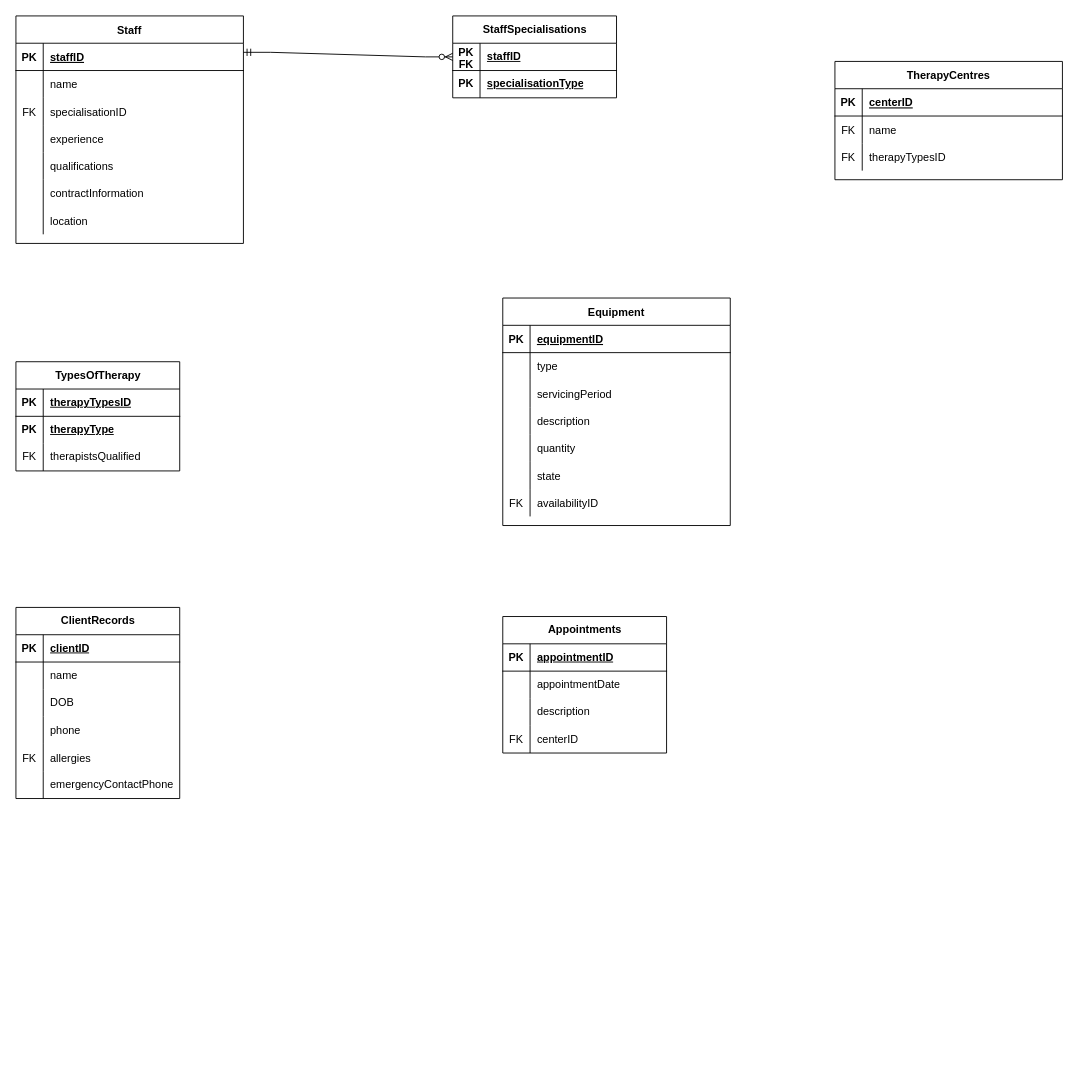
Earlier version of the draw.io diagram Assignment3A.drawio (GreenFella/databaseclass). Source tidied: cells renumbered, new cells numbered last; positions are measured from the earlier drawing's top-left corner, leaving out a move shared by most shapes. Both pictures are drawn from the tidied source at 91%, with x=0, y=0 at pixel (15, 15).
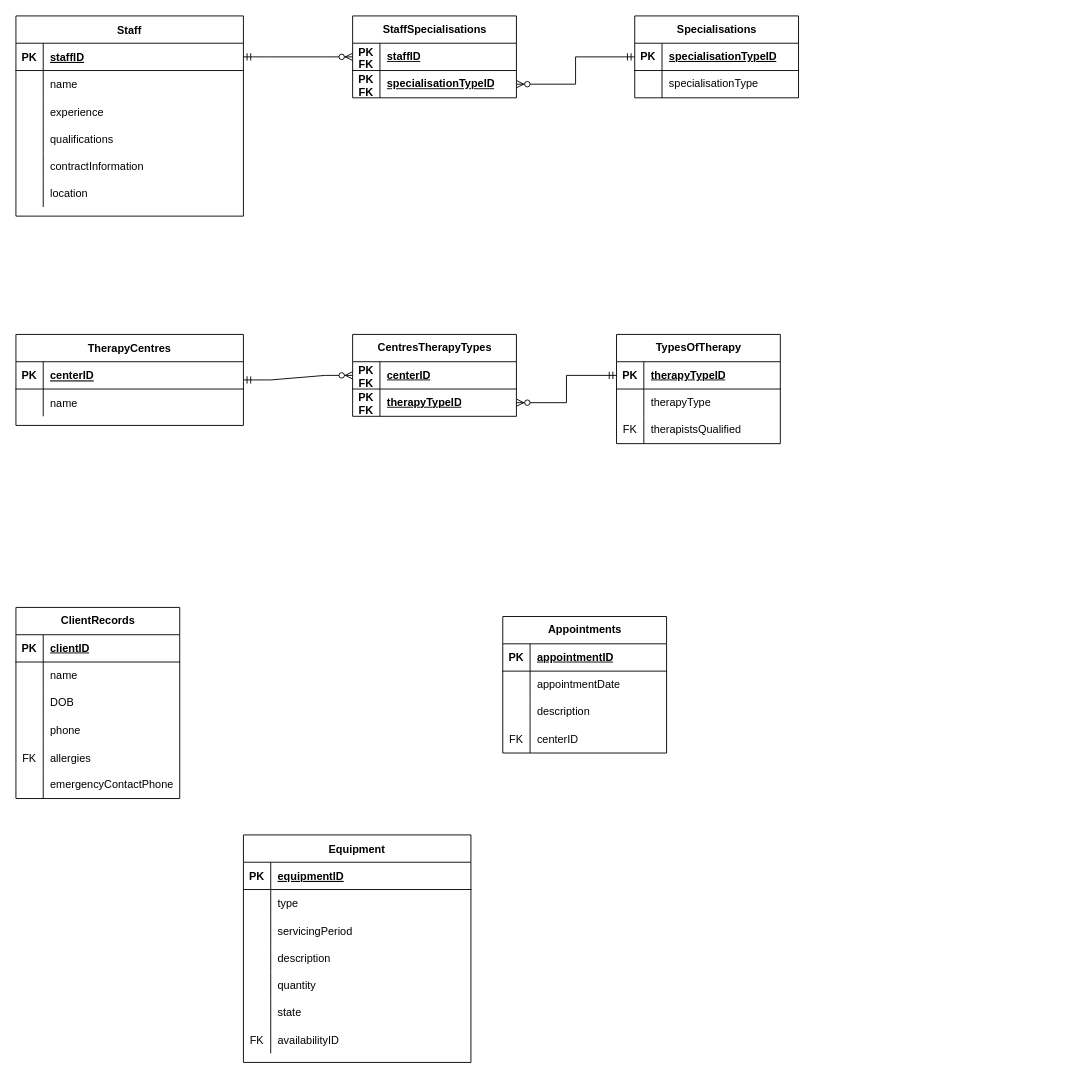
After the change.

Unchanged cells that the change refers to:
```xml
<mxCell id="6" style="shape=partialRectangle;fillColor=none;top=0;left=0;right=0;bottom=0;" parent="2" vertex="1">
  <mxGeometry y="60" width="250" height="30" as="geometry" />
</mxCell>
<mxCell id="35" style="shape=partialRectangle;fillColor=none;points=[[0,0.5],[1,0.5]];portConstraint=eastwest;top=0;left=0;right=0;bottom=1;" parent="34" vertex="1">
  <mxGeometry y="30" width="250" height="30" as="geometry" />
</mxCell>
<mxCell id="57" style="shape=tableRow;horizontal=0;startSize=0;swimlaneHead=0;swimlaneBody=0;fillColor=none;points=[[0,0.5],[1,0.5]];portConstraint=eastwest;top=0;left=0;right=0;bottom=1;" parent="56" vertex="1">
  <mxGeometry y="30" width="180" height="30" as="geometry" />
</mxCell>
<mxCell id="60" style="shape=tableRow;horizontal=0;startSize=0;swimlaneHead=0;swimlaneBody=0;fillColor=none;top=0;left=0;right=0;bottom=0;" parent="56" vertex="1">
  <mxGeometry y="60" width="180" height="30" as="geometry" />
</mxCell>
<mxCell id="99" style="shape=tableRow;horizontal=0;startSize=0;swimlaneHead=0;swimlaneBody=0;fillColor=none;points=[[0,0.5],[1,0.5]];portConstraint=eastwest;top=0;left=0;right=0;bottom=1;" parent="98" vertex="1">
  <mxGeometry y="30" width="180" height="30" as="geometry" />
</mxCell>
<mxCell id="102" style="shape=tableRow;horizontal=0;startSize=0;swimlaneHead=0;swimlaneBody=0;fillColor=none;points=[[0,0.5],[1,0.5]];portConstraint=eastwest;top=0;left=0;right=0;bottom=0;" parent="98" vertex="1">
  <mxGeometry y="60" width="180" height="30" as="geometry" />
</mxCell>
```

The edit, as a diff of the source:
```diff
@@
     <mxCell id="2" value="TherapyCentres" style="shape=table;startSize=30;childLayout=tableLayout;rowLines=0;fontStyle=1;align=center;" parent="1" vertex="1">
-      <mxGeometry x="900" y="50" width="250" height="130" as="geometry" />
+      <mxGeometry y="350" width="250" height="100" as="geometry" />
     </mxCell>
@@
-    <mxCell id="7" value="FK" style="shape=partialRectangle;overflow=hidden;fillColor=none;top=0;left=0;bottom=0;right=0;" parent="6" vertex="1">
+    <mxCell id="7" style="shape=partialRectangle;overflow=hidden;fillColor=none;top=0;left=0;bottom=0;right=0;" parent="6" vertex="1">
       <mxGeometry width="30" height="30" as="geometry" />
     </mxCell>
@@
-    <mxCell id="9" style="shape=partialRectangle;fillColor=none;top=0;left=0;right=0;bottom=0;" parent="2" vertex="1">
-      <mxGeometry y="90" width="250" height="30" as="geometry" />
-    </mxCell>
-    <mxCell id="10" value="FK" style="shape=partialRectangle;overflow=hidden;fillColor=none;top=0;left=0;bottom=0;right=0;" parent="9" vertex="1">
-      <mxGeometry width="30" height="30" as="geometry" />
-    </mxCell>
-    <mxCell id="11" value="therapyTypesID" style="shape=partialRectangle;overflow=hidden;fillColor=none;top=0;left=0;bottom=0;right=0;align=left;spacingLeft=6;" parent="9" vertex="1">
-      <mxGeometry x="30" width="220" height="30" as="geometry" />
-    </mxCell>
     <mxCell id="12" value="Equipment" style="shape=table;startSize=30;childLayout=tableLayout;rowLines=0;fontStyle=1;align=center;" parent="1" vertex="1">
-      <mxGeometry x="535" y="310" width="250" height="250" as="geometry" />
+      <mxGeometry x="250" y="900" width="250" height="250" as="geometry" />
     </mxCell>
@@
     <mxCell id="34" value="Staff" style="shape=table;startSize=30;childLayout=tableLayout;rowLines=0;fontStyle=1;align=center;" parent="1" vertex="1">
-      <mxGeometry width="250" height="250" as="geometry" />
+      <mxGeometry width="250" height="220" as="geometry" />
     </mxCell>
@@
-    <mxCell id="41" style="shape=tableRow;horizontal=0;startSize=0;swimlaneHead=0;swimlaneBody=0;fillColor=none;top=0;left=0;right=0;bottom=0;" parent="34" vertex="1">
-      <mxGeometry y="90" width="250" height="30" as="geometry" />
-    </mxCell>
-    <mxCell id="42" value="FK" style="shape=partialRectangle;fillColor=none;top=0;left=0;bottom=0;right=0;overflow=hidden;" parent="41" vertex="1">
-      <mxGeometry width="30" height="30" as="geometry" />
-    </mxCell>
-    <mxCell id="43" value="specialisationID" style="shape=partialRectangle;fillColor=none;top=0;left=0;bottom=0;right=0;align=left;spacingLeft=6;overflow=hidden;" parent="41" vertex="1">
-      <mxGeometry x="30" width="220" height="30" as="geometry" />
-    </mxCell>
     <mxCell id="44" style="shape=tableRow;horizontal=0;startSize=0;swimlaneHead=0;swimlaneBody=0;fillColor=none;top=0;left=0;right=0;bottom=0;" parent="34" vertex="1">
-      <mxGeometry y="120" width="250" height="30" as="geometry" />
+      <mxGeometry y="90" width="250" height="30" as="geometry" />
     </mxCell>
@@
     <mxCell id="47" style="shape=tableRow;horizontal=0;startSize=0;swimlaneHead=0;swimlaneBody=0;fillColor=none;top=0;left=0;right=0;bottom=0;" parent="34" vertex="1">
-      <mxGeometry y="150" width="250" height="30" as="geometry" />
+      <mxGeometry y="120" width="250" height="30" as="geometry" />
     </mxCell>
@@
     <mxCell id="50" style="shape=tableRow;horizontal=0;startSize=0;swimlaneHead=0;swimlaneBody=0;fillColor=none;top=0;left=0;right=0;bottom=0;" parent="34" vertex="1">
-      <mxGeometry y="180" width="250" height="30" as="geometry" />
+      <mxGeometry y="150" width="250" height="30" as="geometry" />
     </mxCell>
@@
     <mxCell id="53" style="shape=partialRectangle;fillColor=none;top=0;left=0;right=0;bottom=0;" parent="34" vertex="1">
-      <mxGeometry y="210" width="250" height="30" as="geometry" />
+      <mxGeometry y="180" width="250" height="30" as="geometry" />
     </mxCell>
@@
     <mxCell id="56" value="TypesOfTherapy" style="shape=table;startSize=30;childLayout=tableLayout;rowLines=0;fontStyle=1;align=center;html=1;" parent="1" vertex="1">
-      <mxGeometry y="380" width="180" height="120" as="geometry" />
+      <mxGeometry x="660" y="350" width="180" height="120" as="geometry" />
     </mxCell>
@@
-    <mxCell id="59" value="therapyTypesID" style="shape=partialRectangle;fillColor=none;top=0;left=0;bottom=0;right=0;align=left;spacingLeft=6;fontStyle=5;overflow=hidden;whiteSpace=wrap;html=1;" parent="57" vertex="1">
+    <mxCell id="59" value="therapyTypeID" style="shape=partialRectangle;fillColor=none;top=0;left=0;bottom=0;right=0;align=left;spacingLeft=6;fontStyle=5;overflow=hidden;whiteSpace=wrap;html=1;" parent="57" vertex="1">
       <mxGeometry x="30" width="150" height="30" as="geometry" />
     </mxCell>
@@
-    <mxCell id="61" value="&lt;b&gt;PK&lt;/b&gt;" style="shape=partialRectangle;fillColor=none;top=0;left=0;bottom=0;right=0;overflow=hidden;whiteSpace=wrap;html=1;" parent="60" vertex="1">
+    <mxCell id="61" style="shape=partialRectangle;fillColor=none;top=0;left=0;bottom=0;right=0;overflow=hidden;whiteSpace=wrap;html=1;" parent="60" vertex="1">
       <mxGeometry width="30" height="30" as="geometry" />
     </mxCell>
-    <mxCell id="62" value="&lt;b&gt;&lt;u&gt;therapyType&lt;/u&gt;&lt;/b&gt;" style="shape=partialRectangle;fillColor=none;top=0;left=0;bottom=0;right=0;align=left;spacingLeft=6;overflow=hidden;whiteSpace=wrap;html=1;" parent="60" vertex="1">
+    <mxCell id="62" value="therapyType" style="shape=partialRectangle;fillColor=none;top=0;left=0;bottom=0;right=0;align=left;spacingLeft=6;overflow=hidden;whiteSpace=wrap;html=1;" parent="60" vertex="1">
       <mxGeometry x="30" width="150" height="30" as="geometry" />
     </mxCell>
@@
     <mxCell id="98" value="StaffSpecialisations" style="shape=table;startSize=30;childLayout=tableLayout;rowLines=0;fontStyle=1;align=center;html=1;" parent="1" vertex="1">
-      <mxGeometry x="480" width="180" height="90" as="geometry" />
+      <mxGeometry x="370" width="180" height="90" as="geometry" />
     </mxCell>
@@
-    <mxCell id="103" value="&lt;b&gt;PK&lt;/b&gt;" style="shape=partialRectangle;fillColor=none;top=0;left=0;bottom=0;right=0;overflow=hidden;whiteSpace=wrap;html=1;" parent="102" vertex="1">
+    <mxCell id="103" value="&lt;b&gt;PK FK&lt;/b&gt;" style="shape=partialRectangle;fillColor=none;top=0;left=0;bottom=0;right=0;overflow=hidden;whiteSpace=wrap;html=1;" parent="102" vertex="1">
       <mxGeometry width="30" height="30" as="geometry" />
     </mxCell>
-    <mxCell id="104" value="&lt;u&gt;&lt;b&gt;specialisationType&lt;/b&gt;&lt;/u&gt;" style="shape=partialRectangle;fillColor=none;top=0;left=0;bottom=0;right=0;align=left;spacingLeft=6;overflow=hidden;whiteSpace=wrap;html=1;" parent="102" vertex="1">
+    <mxCell id="104" value="&lt;u&gt;&lt;b&gt;specialisationTypeID&lt;/b&gt;&lt;/u&gt;" style="shape=partialRectangle;fillColor=none;top=0;left=0;bottom=0;right=0;align=left;spacingLeft=6;overflow=hidden;whiteSpace=wrap;html=1;" parent="102" vertex="1">
       <mxGeometry x="30" width="150" height="30" as="geometry" />
     </mxCell>
-    <mxCell id="105" style="edgeStyle=entityRelationEdgeStyle;fontSize=12;html=1;endArrow=ERzeroToMany;startArrow=ERmandOne;rounded=0;" parent="1" edge="1" target="99">
-      <mxGeometry relative="1" as="geometry">
-        <mxPoint x="250" y="40" as="sourcePoint" />
-      </mxGeometry>
-    </mxCell>
+    <mxCell id="106" style="edgeStyle=entityRelationEdgeStyle;fontSize=12;html=1;endArrow=ERzeroToMany;startArrow=ERmandOne;rounded=0;" parent="1" edge="1" source="35" target="99">
+      <mxGeometry relative="1" as="geometry" />
+    </mxCell>
+    <mxCell id="107" value="CentresTherapyTypes" style="shape=table;startSize=30;childLayout=tableLayout;rowLines=0;fontStyle=1;align=center;html=1;" parent="1" vertex="1">
+      <mxGeometry x="370" y="350" width="180" height="90" as="geometry" />
+    </mxCell>
+    <mxCell id="108" style="shape=tableRow;horizontal=0;startSize=0;swimlaneHead=0;swimlaneBody=0;fillColor=none;points=[[0,0.5],[1,0.5]];portConstraint=eastwest;top=0;left=0;right=0;bottom=1;" parent="107" vertex="1">
+      <mxGeometry y="30" width="180" height="30" as="geometry" />
+    </mxCell>
+    <mxCell id="109" value="PK FK" style="shape=partialRectangle;fillColor=none;top=0;left=0;bottom=0;right=0;fontStyle=1;overflow=hidden;whiteSpace=wrap;html=1;" parent="108" vertex="1">
+      <mxGeometry width="30" height="30" as="geometry" />
+    </mxCell>
+    <mxCell id="110" value="&lt;span style=&quot;text-align: center; text-wrap: nowrap;&quot;&gt;centerID&lt;/span&gt;" style="shape=partialRectangle;fillColor=none;top=0;left=0;bottom=0;right=0;align=left;spacingLeft=6;fontStyle=5;overflow=hidden;whiteSpace=wrap;html=1;" parent="108" vertex="1">
+      <mxGeometry x="30" width="150" height="30" as="geometry" />
+    </mxCell>
+    <mxCell id="111" style="shape=tableRow;horizontal=0;startSize=0;swimlaneHead=0;swimlaneBody=0;fillColor=none;points=[[0,0.5],[1,0.5]];portConstraint=eastwest;top=0;left=0;right=0;bottom=0;" parent="107" vertex="1">
+      <mxGeometry y="60" width="180" height="30" as="geometry" />
+    </mxCell>
+    <mxCell id="112" value="&lt;b&gt;PK FK&lt;/b&gt;" style="shape=partialRectangle;fillColor=none;top=0;left=0;bottom=0;right=0;overflow=hidden;whiteSpace=wrap;html=1;" parent="111" vertex="1">
+      <mxGeometry width="30" height="30" as="geometry" />
+    </mxCell>
+    <mxCell id="113" value="&lt;span style=&quot;font-weight: 700; text-align: center; text-wrap: nowrap; text-decoration-line: underline;&quot;&gt;therapyTypeID&lt;/span&gt;" style="shape=partialRectangle;fillColor=none;top=0;left=0;bottom=0;right=0;align=left;spacingLeft=6;overflow=hidden;whiteSpace=wrap;html=1;" parent="111" vertex="1">
+      <mxGeometry x="30" width="150" height="30" as="geometry" />
+    </mxCell>
+    <mxCell id="114" style="edgeStyle=entityRelationEdgeStyle;fontSize=12;html=1;endArrow=ERzeroToMany;startArrow=ERmandOne;rounded=0;" parent="1" edge="1" target="108">
+      <mxGeometry relative="1" as="geometry">
+        <mxPoint x="250" y="400" as="sourcePoint" />
+      </mxGeometry>
+    </mxCell>
+    <mxCell id="115" style="edgeStyle=orthogonalEdgeStyle;fontSize=12;html=1;endArrow=ERzeroToMany;startArrow=ERmandOne;rounded=0;" parent="1" edge="1" source="57" target="111">
+      <mxGeometry relative="1" as="geometry" />
+    </mxCell>
+    <mxCell id="116" value="Specialisations" style="shape=table;startSize=30;childLayout=tableLayout;rowLines=0;fontStyle=1;align=center;html=1;" parent="1" vertex="1">
+      <mxGeometry x="680" width="180" height="90" as="geometry" />
+    </mxCell>
+    <mxCell id="117" style="shape=tableRow;horizontal=0;startSize=0;swimlaneHead=0;swimlaneBody=0;fillColor=none;points=[[0,0.5],[1,0.5]];portConstraint=eastwest;top=0;left=0;right=0;bottom=1;" parent="116" vertex="1">
+      <mxGeometry y="30" width="180" height="30" as="geometry" />
+    </mxCell>
+    <mxCell id="118" value="PK" style="shape=partialRectangle;fillColor=none;top=0;left=0;bottom=0;right=0;fontStyle=1;overflow=hidden;whiteSpace=wrap;html=1;" parent="117" vertex="1">
+      <mxGeometry width="30" height="30" as="geometry" />
+    </mxCell>
+    <mxCell id="119" value="&lt;u style=&quot;font-weight: 400;&quot;&gt;&lt;b&gt;specialisationTypeID&lt;/b&gt;&lt;/u&gt;" style="shape=partialRectangle;fillColor=none;top=0;left=0;bottom=0;right=0;align=left;spacingLeft=6;fontStyle=5;overflow=hidden;whiteSpace=wrap;html=1;" parent="117" vertex="1">
+      <mxGeometry x="30" width="150" height="30" as="geometry" />
+    </mxCell>
+    <mxCell id="120" style="shape=tableRow;horizontal=0;startSize=0;swimlaneHead=0;swimlaneBody=0;fillColor=none;top=0;left=0;right=0;bottom=0;" parent="116" vertex="1">
+      <mxGeometry y="60" width="180" height="30" as="geometry" />
+    </mxCell>
+    <mxCell id="121" style="shape=partialRectangle;fillColor=none;top=0;left=0;bottom=0;right=0;overflow=hidden;whiteSpace=wrap;html=1;" parent="120" vertex="1">
+      <mxGeometry width="30" height="30" as="geometry" />
+    </mxCell>
+    <mxCell id="122" value="specialisationType" style="shape=partialRectangle;fillColor=none;top=0;left=0;bottom=0;right=0;align=left;spacingLeft=6;overflow=hidden;whiteSpace=wrap;html=1;" parent="120" vertex="1">
+      <mxGeometry x="30" width="150" height="30" as="geometry" />
+    </mxCell>
+    <mxCell id="123" style="edgeStyle=orthogonalEdgeStyle;fontSize=12;html=1;endArrow=ERzeroToMany;startArrow=ERmandOne;rounded=0;entryX=1;entryY=0.5;entryDx=0;entryDy=0;" parent="1" edge="1" source="117" target="102">
+      <mxGeometry relative="1" as="geometry" />
+    </mxCell>
```
